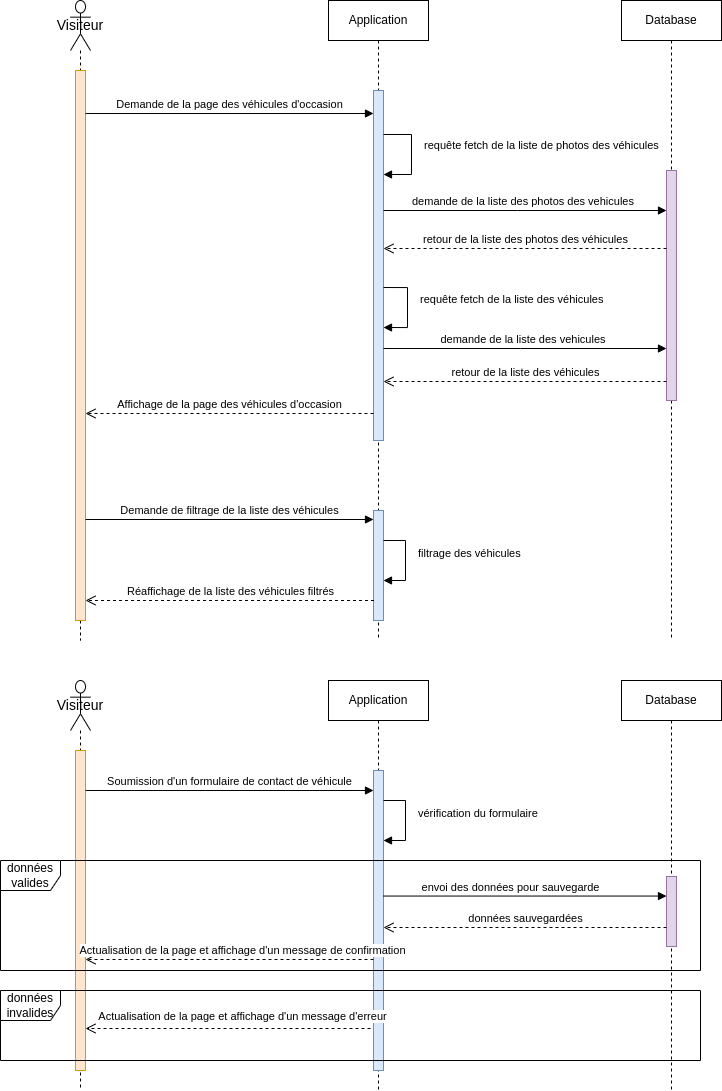
floretcl/ECF-TP-DWWM-Garage-02-06-2023 keeps this draw.io diagram as diagramme_sequence.drawio.png. Above is the earlier version. Source tidied: cells renumbered, new cells last; positions are measured from the earlier drawing's top-left corner, leaving out a move shared by most shapes. The source it was exported from:
```xml
<mxGraphModel>
  <root>
    <mxCell id="0" />
    <mxCell id="1" parent="0" />
    <mxCell id="2" value="Visiteur" style="shape=umlLifeline;perimeter=lifelinePerimeter;whiteSpace=wrap;html=1;newEdgeStyle={&quot;curved&quot;:0,&quot;rounded&quot;:0};participant=umlActor;size=50;align=center;fontSize=14;" parent="1" vertex="1">
      <mxGeometry x="70" width="20" height="640" as="geometry" />
    </mxCell>
    <mxCell id="3" style="html=1;points=[[0,0,0,0,5],[0,1,0,0,-5],[1,0,0,0,5],[1,1,0,0,-5]];perimeter=orthogonalPerimeter;outlineConnect=0;targetShapes=umlLifeline;portConstraint=eastwest;newEdgeStyle={&quot;curved&quot;:0,&quot;rounded&quot;:0};labelBackgroundColor=none;fillColor=#ffe6cc;strokeColor=#d79b00;" parent="2" vertex="1">
      <mxGeometry x="5" y="70" width="10" height="550" as="geometry" />
    </mxCell>
    <mxCell id="4" value="Application" style="shape=umlLifeline;perimeter=lifelinePerimeter;whiteSpace=wrap;html=1;newEdgeStyle={&quot;curved&quot;:0,&quot;rounded&quot;:0};" parent="1" vertex="1">
      <mxGeometry x="328" width="100" height="640" as="geometry" />
    </mxCell>
    <mxCell id="5" style="html=1;perimeter=orthogonalPerimeter;targetShapes=umlLifeline;newEdgeStyle={&quot;curved&quot;:0,&quot;rounded&quot;:0};fillColor=#dae8fc;strokeColor=#6c8ebf;" parent="4" vertex="1">
      <mxGeometry x="45" y="90" width="10" height="350" as="geometry" />
    </mxCell>
    <mxCell id="6" value="requête fetch de la liste de photos des véhicules" style="html=1;align=left;spacingLeft=2;endArrow=block;rounded=0;edgeStyle=orthogonalEdgeStyle;curved=0;rounded=0;" parent="4" edge="1">
      <mxGeometry x="-0.18" y="9" relative="1" as="geometry">
        <mxPoint x="55" y="134" as="sourcePoint" />
        <mxPoint x="55" y="174" as="targetPoint" />
        <Array as="points">
          <mxPoint x="83" y="134" />
          <mxPoint x="83" y="174" />
        </Array>
      </mxGeometry>
    </mxCell>
    <mxCell id="7" value="requête fetch de la liste des véhicules" style="html=1;align=left;spacingLeft=2;endArrow=block;rounded=0;edgeStyle=orthogonalEdgeStyle;curved=0;rounded=0;" parent="4" edge="1">
      <mxGeometry x="-0.18" y="9" relative="1" as="geometry">
        <mxPoint x="55" y="287" as="sourcePoint" />
        <mxPoint x="55" y="327" as="targetPoint" />
        <Array as="points">
          <mxPoint x="79" y="287" />
          <mxPoint x="79" y="327" />
        </Array>
      </mxGeometry>
    </mxCell>
    <mxCell id="8" style="html=1;points=[[0,0,0,0,5],[0,1,0,0,-5],[1,0,0,0,5],[1,1,0,0,-5]];perimeter=orthogonalPerimeter;outlineConnect=0;targetShapes=umlLifeline;portConstraint=eastwest;newEdgeStyle={&quot;curved&quot;:0,&quot;rounded&quot;:0};fillColor=#dae8fc;strokeColor=#6c8ebf;" parent="4" vertex="1">
      <mxGeometry x="45" y="510" width="10" height="110" as="geometry" />
    </mxCell>
    <mxCell id="9" value="filtrage des véhicules" style="html=1;align=left;spacingLeft=2;endArrow=block;rounded=0;edgeStyle=orthogonalEdgeStyle;curved=0;rounded=0;" parent="4" edge="1" source="8" target="8">
      <mxGeometry x="-0.18" y="9" relative="1" as="geometry">
        <Array as="points">
          <mxPoint x="77" y="540" />
          <mxPoint x="77" y="580" />
        </Array>
      </mxGeometry>
    </mxCell>
    <mxCell id="10" value="Database" style="shape=umlLifeline;perimeter=lifelinePerimeter;whiteSpace=wrap;html=1;newEdgeStyle={&quot;curved&quot;:0,&quot;rounded&quot;:0};" parent="1" vertex="1">
      <mxGeometry x="621" width="100" height="640" as="geometry" />
    </mxCell>
    <mxCell id="11" style="html=1;perimeter=orthogonalPerimeter;targetShapes=umlLifeline;newEdgeStyle={&quot;curved&quot;:0,&quot;rounded&quot;:0};fillColor=#e1d5e7;strokeColor=#9673a6;" parent="10" vertex="1">
      <mxGeometry x="45" y="170" width="10" height="230" as="geometry" />
    </mxCell>
    <mxCell id="12" value="Demande de la page des véhicules d'occasion" style="html=1;verticalAlign=bottom;endArrow=block;curved=0;rounded=0;spacingLeft=0;horizontal=1;" parent="1" edge="1" source="3">
      <mxGeometry relative="1" as="geometry">
        <mxPoint x="373" y="113" as="targetPoint" />
      </mxGeometry>
    </mxCell>
    <mxCell id="13" value="demande de la liste des vehicules&amp;nbsp;" style="html=1;verticalAlign=bottom;endArrow=block;curved=0;rounded=0;" parent="1" edge="1">
      <mxGeometry relative="1" as="geometry">
        <mxPoint x="383" y="348" as="sourcePoint" />
        <mxPoint x="666" y="348" as="targetPoint" />
        <Array as="points">
          <mxPoint x="520" y="348" />
        </Array>
      </mxGeometry>
    </mxCell>
    <mxCell id="14" value="retour de la liste des véhicules" style="html=1;verticalAlign=bottom;endArrow=open;dashed=1;endSize=8;curved=0;rounded=0;" parent="1" edge="1">
      <mxGeometry relative="1" as="geometry">
        <mxPoint x="666" y="381" as="sourcePoint" />
        <mxPoint x="383" y="381" as="targetPoint" />
      </mxGeometry>
    </mxCell>
    <mxCell id="15" value="Affichage de la page des véhicules d'occasion" style="html=1;verticalAlign=bottom;endArrow=open;dashed=1;endSize=8;curved=0;rounded=0;" parent="1" edge="1" target="3">
      <mxGeometry relative="1" as="geometry">
        <mxPoint x="373" y="413" as="sourcePoint" />
      </mxGeometry>
    </mxCell>
    <mxCell id="16" value="demande de la liste des photos des vehicules&amp;nbsp;" style="html=1;verticalAlign=bottom;endArrow=block;curved=0;rounded=0;" parent="1" edge="1">
      <mxGeometry relative="1" as="geometry">
        <mxPoint x="383" y="210" as="sourcePoint" />
        <mxPoint x="666" y="210" as="targetPoint" />
        <Array as="points">
          <mxPoint x="517" y="210" />
        </Array>
      </mxGeometry>
    </mxCell>
    <mxCell id="17" value="retour de la liste des photos des véhicules" style="html=1;verticalAlign=bottom;endArrow=open;dashed=1;endSize=8;curved=0;rounded=0;" parent="1" edge="1">
      <mxGeometry relative="1" as="geometry">
        <mxPoint x="666" y="248" as="sourcePoint" />
        <mxPoint x="383" y="248" as="targetPoint" />
      </mxGeometry>
    </mxCell>
    <mxCell id="18" value="Demande de filtrage de la liste des véhicules" style="html=1;verticalAlign=bottom;endArrow=block;curved=0;rounded=0;" parent="1" edge="1">
      <mxGeometry relative="1" as="geometry">
        <mxPoint x="85" y="519" as="sourcePoint" />
        <mxPoint x="373" y="519" as="targetPoint" />
      </mxGeometry>
    </mxCell>
    <mxCell id="19" value="Réaffichage de la liste des véhicules filtrés" style="html=1;verticalAlign=bottom;endArrow=open;dashed=1;endSize=8;curved=0;rounded=0;" parent="1" edge="1" target="3">
      <mxGeometry relative="1" as="geometry">
        <mxPoint x="373.5" y="600" as="sourcePoint" />
      </mxGeometry>
    </mxCell>
    <mxCell id="20" value="Visiteur" style="shape=umlLifeline;perimeter=lifelinePerimeter;whiteSpace=wrap;html=1;newEdgeStyle={&quot;curved&quot;:0,&quot;rounded&quot;:0};participant=umlActor;size=50;align=center;fontSize=14;" parent="1" vertex="1">
      <mxGeometry x="70" y="680" width="20" height="410" as="geometry" />
    </mxCell>
    <mxCell id="21" style="html=1;points=[[0,0,0,0,5],[0,1,0,0,-5],[1,0,0,0,5],[1,1,0,0,-5]];perimeter=orthogonalPerimeter;outlineConnect=0;targetShapes=umlLifeline;portConstraint=eastwest;newEdgeStyle={&quot;curved&quot;:0,&quot;rounded&quot;:0};fillColor=#ffe6cc;strokeColor=#d79b00;" parent="20" vertex="1">
      <mxGeometry x="5" y="70" width="10" height="320" as="geometry" />
    </mxCell>
    <mxCell id="22" value="Application" style="shape=umlLifeline;perimeter=lifelinePerimeter;whiteSpace=wrap;html=1;newEdgeStyle={&quot;curved&quot;:0,&quot;rounded&quot;:0};" parent="1" vertex="1">
      <mxGeometry x="328" y="680" width="100" height="410" as="geometry" />
    </mxCell>
    <mxCell id="23" style="html=1;perimeter=orthogonalPerimeter;targetShapes=umlLifeline;newEdgeStyle={&quot;curved&quot;:0,&quot;rounded&quot;:0};fillColor=#dae8fc;strokeColor=#6c8ebf;" parent="22" vertex="1">
      <mxGeometry x="45" y="90" width="10" height="300" as="geometry" />
    </mxCell>
    <mxCell id="24" value="Database" style="shape=umlLifeline;perimeter=lifelinePerimeter;whiteSpace=wrap;html=1;newEdgeStyle={&quot;curved&quot;:0,&quot;rounded&quot;:0};" parent="1" vertex="1">
      <mxGeometry x="621" y="680" width="100" height="410" as="geometry" />
    </mxCell>
    <mxCell id="25" style="html=1;perimeter=orthogonalPerimeter;targetShapes=umlLifeline;newEdgeStyle={&quot;curved&quot;:0,&quot;rounded&quot;:0};fillColor=#e1d5e7;strokeColor=#9673a6;" parent="24" vertex="1">
      <mxGeometry x="45" y="196" width="10" height="70" as="geometry" />
    </mxCell>
    <mxCell id="26" value="Soumission d'un formulaire de contact de véhicule" style="html=1;verticalAlign=bottom;endArrow=block;curved=0;rounded=0;" parent="1" edge="1" source="21">
      <mxGeometry relative="1" as="geometry">
        <mxPoint x="373" y="790" as="targetPoint" />
      </mxGeometry>
    </mxCell>
    <mxCell id="27" value="vérification du formulaire" style="html=1;align=left;spacingLeft=2;endArrow=block;rounded=0;edgeStyle=orthogonalEdgeStyle;curved=0;rounded=0;" parent="1" edge="1">
      <mxGeometry x="-0.18" y="9" relative="1" as="geometry">
        <mxPoint x="383" y="800" as="sourcePoint" />
        <mxPoint x="383" y="840" as="targetPoint" />
        <Array as="points">
          <mxPoint x="405" y="800" />
          <mxPoint x="405" y="840" />
        </Array>
      </mxGeometry>
    </mxCell>
    <mxCell id="28" value="envoi des données pour sauvegarde" style="html=1;verticalAlign=bottom;endArrow=block;curved=0;rounded=0;" parent="1" edge="1">
      <mxGeometry x="-0.1" relative="1" as="geometry">
        <mxPoint x="383" y="895.5" as="sourcePoint" />
        <mxPoint x="666" y="895.5" as="targetPoint" />
      </mxGeometry>
    </mxCell>
    <mxCell id="29" value="données valides" style="shape=umlFrame;whiteSpace=wrap;html=1;" parent="1" vertex="1">
      <mxGeometry y="860" width="700" height="110" as="geometry" />
    </mxCell>
    <mxCell id="30" value="données sauvegardées" style="html=1;verticalAlign=bottom;endArrow=open;dashed=1;endSize=8;curved=0;rounded=0;" parent="1" edge="1">
      <mxGeometry relative="1" as="geometry">
        <mxPoint x="666" y="927" as="sourcePoint" />
        <mxPoint x="383" y="927" as="targetPoint" />
      </mxGeometry>
    </mxCell>
    <mxCell id="31" value="Actualisation de la page et affichage d'un message de confirmation" style="html=1;verticalAlign=bottom;endArrow=open;dashed=1;endSize=8;curved=0;rounded=0;" parent="1" edge="1" target="21">
      <mxGeometry x="-0.09" relative="1" as="geometry">
        <mxPoint x="373" y="959" as="sourcePoint" />
      </mxGeometry>
    </mxCell>
    <mxCell id="32" value="données invalides" style="shape=umlFrame;whiteSpace=wrap;html=1;" parent="1" vertex="1">
      <mxGeometry y="990" width="700" height="70" as="geometry" />
    </mxCell>
    <mxCell id="33" value="Actualisation de la page et affichage d'un message d'erreur" style="html=1;verticalAlign=bottom;endArrow=open;dashed=1;endSize=8;curved=0;rounded=0;" parent="1" edge="1" target="21">
      <mxGeometry x="-0.1" y="-3" relative="1" as="geometry">
        <mxPoint x="370" y="1028" as="sourcePoint" />
      </mxGeometry>
    </mxCell>
  </root>
</mxGraphModel>
```
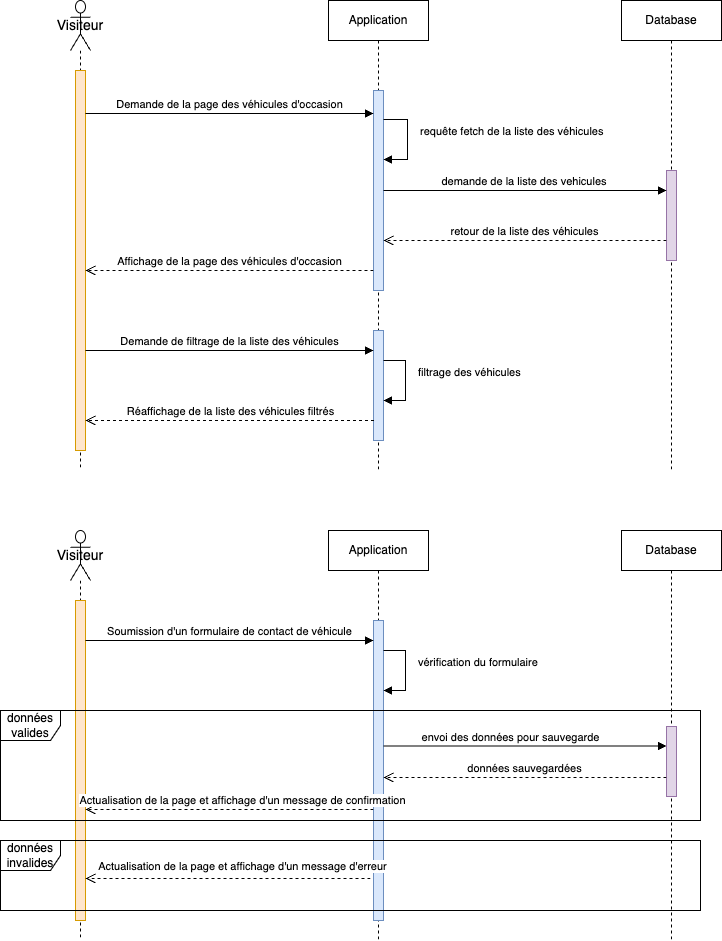
After the change.

What changed in the source:
```diff
@@ -3,103 +3,80 @@
     <mxCell id="0" />
     <mxCell id="1" parent="0" />
     <mxCell id="2" value="Visiteur" style="shape=umlLifeline;perimeter=lifelinePerimeter;whiteSpace=wrap;html=1;newEdgeStyle={&quot;curved&quot;:0,&quot;rounded&quot;:0};participant=umlActor;size=50;align=center;fontSize=14;" parent="1" vertex="1">
-      <mxGeometry x="70" width="20" height="640" as="geometry" />
+      <mxGeometry x="70" y="150" width="20" height="470" as="geometry" />
     </mxCell>
     <mxCell id="3" style="html=1;points=[[0,0,0,0,5],[0,1,0,0,-5],[1,0,0,0,5],[1,1,0,0,-5]];perimeter=orthogonalPerimeter;outlineConnect=0;targetShapes=umlLifeline;portConstraint=eastwest;newEdgeStyle={&quot;curved&quot;:0,&quot;rounded&quot;:0};labelBackgroundColor=none;fillColor=#ffe6cc;strokeColor=#d79b00;" parent="2" vertex="1">
-      <mxGeometry x="5" y="70" width="10" height="550" as="geometry" />
+      <mxGeometry x="5" y="70" width="10" height="380" as="geometry" />
     </mxCell>
     <mxCell id="4" value="Application" style="shape=umlLifeline;perimeter=lifelinePerimeter;whiteSpace=wrap;html=1;newEdgeStyle={&quot;curved&quot;:0,&quot;rounded&quot;:0};" parent="1" vertex="1">
-      <mxGeometry x="328" width="100" height="640" as="geometry" />
+      <mxGeometry x="328" y="150" width="100" height="470" as="geometry" />
     </mxCell>
     <mxCell id="5" style="html=1;perimeter=orthogonalPerimeter;targetShapes=umlLifeline;newEdgeStyle={&quot;curved&quot;:0,&quot;rounded&quot;:0};fillColor=#dae8fc;strokeColor=#6c8ebf;" parent="4" vertex="1">
-      <mxGeometry x="45" y="90" width="10" height="350" as="geometry" />
+      <mxGeometry x="45" y="90" width="10" height="200" as="geometry" />
     </mxCell>
-    <mxCell id="6" value="requête fetch de la liste de photos des véhicules" style="html=1;align=left;spacingLeft=2;endArrow=block;rounded=0;edgeStyle=orthogonalEdgeStyle;curved=0;rounded=0;" parent="4" edge="1">
-      <mxGeometry x="-0.18" y="9" relative="1" as="geometry">
-        <mxPoint x="55" y="134" as="sourcePoint" />
-        <mxPoint x="55" y="174" as="targetPoint" />
-        <Array as="points">
-          <mxPoint x="83" y="134" />
-          <mxPoint x="83" y="174" />
-        </Array>
-      </mxGeometry>
-    </mxCell>
     <mxCell id="7" value="requête fetch de la liste des véhicules" style="html=1;align=left;spacingLeft=2;endArrow=block;rounded=0;edgeStyle=orthogonalEdgeStyle;curved=0;rounded=0;" parent="4" edge="1">
       <mxGeometry x="-0.18" y="9" relative="1" as="geometry">
-        <mxPoint x="55" y="287" as="sourcePoint" />
-        <mxPoint x="55" y="327" as="targetPoint" />
+        <mxPoint x="55" y="119" as="sourcePoint" />
+        <mxPoint x="55" y="159" as="targetPoint" />
         <Array as="points">
-          <mxPoint x="79" y="287" />
-          <mxPoint x="79" y="327" />
+          <mxPoint x="79" y="119" />
+          <mxPoint x="79" y="159" />
         </Array>
       </mxGeometry>
     </mxCell>
     <mxCell id="8" style="html=1;points=[[0,0,0,0,5],[0,1,0,0,-5],[1,0,0,0,5],[1,1,0,0,-5]];perimeter=orthogonalPerimeter;outlineConnect=0;targetShapes=umlLifeline;portConstraint=eastwest;newEdgeStyle={&quot;curved&quot;:0,&quot;rounded&quot;:0};fillColor=#dae8fc;strokeColor=#6c8ebf;" parent="4" vertex="1">
-      <mxGeometry x="45" y="510" width="10" height="110" as="geometry" />
+      <mxGeometry x="45" y="330" width="10" height="110" as="geometry" />
     </mxCell>
     <mxCell id="9" value="filtrage des véhicules" style="html=1;align=left;spacingLeft=2;endArrow=block;rounded=0;edgeStyle=orthogonalEdgeStyle;curved=0;rounded=0;" parent="4" edge="1" source="8" target="8">
       <mxGeometry x="-0.18" y="9" relative="1" as="geometry">
         <Array as="points">
-          <mxPoint x="77" y="540" />
-          <mxPoint x="77" y="580" />
+          <mxPoint x="77" y="360" />
+          <mxPoint x="77" y="400" />
         </Array>
       </mxGeometry>
     </mxCell>
     <mxCell id="10" value="Database" style="shape=umlLifeline;perimeter=lifelinePerimeter;whiteSpace=wrap;html=1;newEdgeStyle={&quot;curved&quot;:0,&quot;rounded&quot;:0};" parent="1" vertex="1">
-      <mxGeometry x="621" width="100" height="640" as="geometry" />
+      <mxGeometry x="621" y="150" width="100" height="470" as="geometry" />
     </mxCell>
     <mxCell id="11" style="html=1;perimeter=orthogonalPerimeter;targetShapes=umlLifeline;newEdgeStyle={&quot;curved&quot;:0,&quot;rounded&quot;:0};fillColor=#e1d5e7;strokeColor=#9673a6;" parent="10" vertex="1">
-      <mxGeometry x="45" y="170" width="10" height="230" as="geometry" />
+      <mxGeometry x="45" y="170" width="10" height="90" as="geometry" />
     </mxCell>
     <mxCell id="12" value="Demande de la page des véhicules d'occasion" style="html=1;verticalAlign=bottom;endArrow=block;curved=0;rounded=0;spacingLeft=0;horizontal=1;" parent="1" edge="1" source="3">
       <mxGeometry relative="1" as="geometry">
-        <mxPoint x="373" y="113" as="targetPoint" />
+        <mxPoint x="373" y="263" as="targetPoint" />
       </mxGeometry>
     </mxCell>
     <mxCell id="13" value="demande de la liste des vehicules&amp;nbsp;" style="html=1;verticalAlign=bottom;endArrow=block;curved=0;rounded=0;" parent="1" edge="1">
       <mxGeometry relative="1" as="geometry">
-        <mxPoint x="383" y="348" as="sourcePoint" />
-        <mxPoint x="666" y="348" as="targetPoint" />
+        <mxPoint x="383" y="340" as="sourcePoint" />
+        <mxPoint x="666" y="340" as="targetPoint" />
         <Array as="points">
-          <mxPoint x="520" y="348" />
+          <mxPoint x="520" y="340" />
         </Array>
       </mxGeometry>
     </mxCell>
     <mxCell id="14" value="retour de la liste des véhicules" style="html=1;verticalAlign=bottom;endArrow=open;dashed=1;endSize=8;curved=0;rounded=0;" parent="1" edge="1">
       <mxGeometry relative="1" as="geometry">
-        <mxPoint x="666" y="381" as="sourcePoint" />
-        <mxPoint x="383" y="381" as="targetPoint" />
+        <mxPoint x="666" y="390" as="sourcePoint" />
+        <mxPoint x="383" y="390" as="targetPoint" />
       </mxGeometry>
     </mxCell>
-    <mxCell id="15" value="Affichage de la page des véhicules d'occasion" style="html=1;verticalAlign=bottom;endArrow=open;dashed=1;endSize=8;curved=0;rounded=0;" parent="1" edge="1" target="3">
+    <mxCell id="15" value="Affichage de la page des véhicules d'occasion" style="html=1;verticalAlign=bottom;endArrow=open;dashed=1;endSize=8;curved=0;rounded=0;" parent="1" edge="1">
       <mxGeometry relative="1" as="geometry">
-        <mxPoint x="373" y="413" as="sourcePoint" />
+        <mxPoint x="373" y="420" as="sourcePoint" />
+        <mxPoint x="85" y="420" as="targetPoint" />
       </mxGeometry>
     </mxCell>
-    <mxCell id="16" value="demande de la liste des photos des vehicules&amp;nbsp;" style="html=1;verticalAlign=bottom;endArrow=block;curved=0;rounded=0;" parent="1" edge="1">
-      <mxGeometry relative="1" as="geometry">
-        <mxPoint x="383" y="210" as="sourcePoint" />
-        <mxPoint x="666" y="210" as="targetPoint" />
-        <Array as="points">
-          <mxPoint x="517" y="210" />
-        </Array>
-      </mxGeometry>
-    </mxCell>
-    <mxCell id="17" value="retour de la liste des photos des véhicules" style="html=1;verticalAlign=bottom;endArrow=open;dashed=1;endSize=8;curved=0;rounded=0;" parent="1" edge="1">
-      <mxGeometry relative="1" as="geometry">
-        <mxPoint x="666" y="248" as="sourcePoint" />
-        <mxPoint x="383" y="248" as="targetPoint" />
-      </mxGeometry>
-    </mxCell>
     <mxCell id="18" value="Demande de filtrage de la liste des véhicules" style="html=1;verticalAlign=bottom;endArrow=block;curved=0;rounded=0;" parent="1" edge="1">
       <mxGeometry relative="1" as="geometry">
-        <mxPoint x="85" y="519" as="sourcePoint" />
-        <mxPoint x="373" y="519" as="targetPoint" />
+        <mxPoint x="85" y="500" as="sourcePoint" />
+        <mxPoint x="373" y="500" as="targetPoint" />
       </mxGeometry>
     </mxCell>
-    <mxCell id="19" value="Réaffichage de la liste des véhicules filtrés" style="html=1;verticalAlign=bottom;endArrow=open;dashed=1;endSize=8;curved=0;rounded=0;" parent="1" edge="1" target="3">
+    <mxCell id="19" value="Réaffichage de la liste des véhicules filtrés" style="html=1;verticalAlign=bottom;endArrow=open;dashed=1;endSize=8;curved=0;rounded=0;" parent="1" edge="1">
       <mxGeometry relative="1" as="geometry">
-        <mxPoint x="373.5" y="600" as="sourcePoint" />
+        <mxPoint x="373.5" y="570" as="sourcePoint" />
+        <mxPoint x="85" y="570" as="targetPoint" />
       </mxGeometry>
     </mxCell>
     <mxCell id="20" value="Visiteur" style="shape=umlLifeline;perimeter=lifelinePerimeter;whiteSpace=wrap;html=1;newEdgeStyle={&quot;curved&quot;:0,&quot;rounded&quot;:0};participant=umlActor;size=50;align=center;fontSize=14;" parent="1" vertex="1">
```
